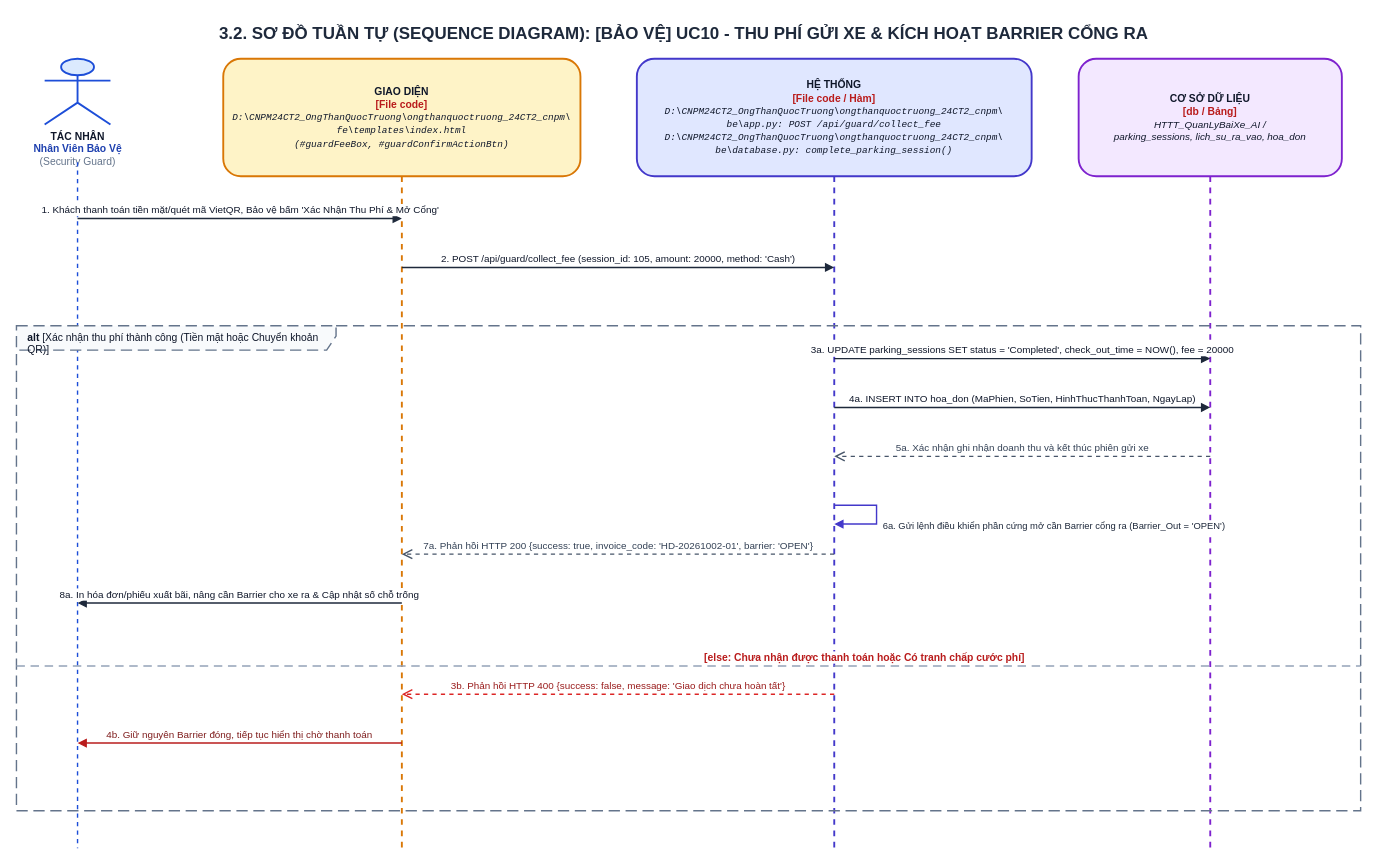
The draw.io diagram ongthanquoctruong_24CT2_cnpm/docs/drawio/uc10_guard_collect_fee_barrier.drawio in Truong027/CNPM24, before the edit. Source tidied: cells renumbered, new cells numbered last; positions are measured from the earlier drawing's top-left corner, leaving out a move shared by most shapes. Both pictures are drawn from the tidied source at 94%, with x=0, y=0 at pixel (16, 16).
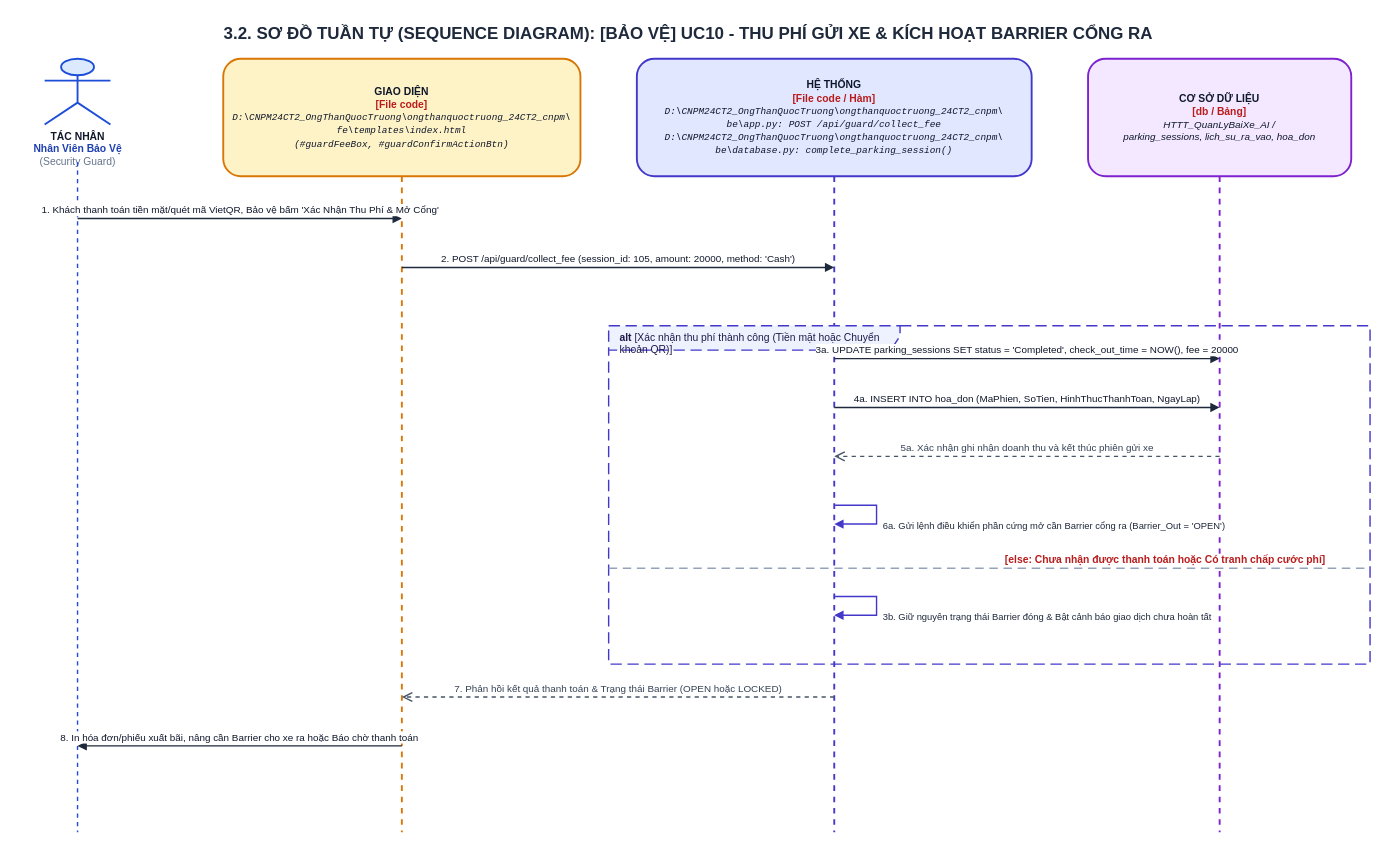
The same diagram, later.

What changed in the source:
```diff
@@
     <mxCell id="2" value="&lt;b&gt;3.2. SƠ ĐỒ TUẦN TỰ (SEQUENCE DIAGRAM): [BẢO VỆ] UC10 - THU PHÍ GỬI XE &amp; KÍCH HOẠT BARRIER CỔNG RA&lt;/b&gt;" style="text;html=1;strokeColor=none;fillColor=none;align=center;verticalAlign=middle;whiteSpace=wrap;rounded=0;fontSize=18;fontColor=#1E293B;fontStyle=1;" parent="1" vertex="1">
-      <mxGeometry width="1420" height="35" as="geometry" />
+      <mxGeometry width="1430" height="35" as="geometry" />
     </mxCell>
@@
     <mxCell id="4" style="endArrow=none;dashed=1;html=1;strokeWidth=1.5;strokeColor=#1D4ED8;" parent="1" edge="1">
       <mxGeometry relative="1" as="geometry">
         <mxPoint x="65" y="155" as="sourcePoint" />
-        <mxPoint x="65" y="885" as="targetPoint" />
+        <mxPoint x="65" y="868" as="targetPoint" />
       </mxGeometry>
     </mxCell>
     <mxCell id="5" value="&lt;b&gt;GIAO DIỆN&lt;/b&gt;&lt;br/&gt;&lt;font color='#B91C1C'&gt;&lt;b&gt;[File code]&lt;/b&gt;&lt;/font&gt;&lt;br/&gt;&lt;font style='font-size: 10px; font-family: Consolas, monospace;'&gt;&lt;i&gt;D:\CNPM24CT2_OngThanQuocTruong\ongthanquoctruong_24CT2_cnpm\&lt;br/&gt;fe\templates\index.html&lt;br/&gt;(#guardFeeBox, #guardConfirmActionBtn)&lt;/i&gt;&lt;/font&gt;" style="shape=umlLifeline;perimeter=lifelinePerimeter;whiteSpace=wrap;html=1;size=125;fillColor=#FEF3C7;strokeColor=#D97706;strokeWidth=2;fontColor=#0F172A;rounded=1;shadow=0;fontSize=11;align=center;" parent="1" vertex="1">
-      <mxGeometry x="220" y="45" width="380" height="840" as="geometry" />
+      <mxGeometry x="220" y="45" width="380" height="823" as="geometry" />
     </mxCell>
     <mxCell id="6" value="&lt;b&gt;HỆ THỐNG&lt;/b&gt;&lt;br/&gt;&lt;font color='#B91C1C'&gt;&lt;b&gt;[File code / Hàm]&lt;/b&gt;&lt;/font&gt;&lt;br/&gt;&lt;font style='font-size: 10px; font-family: Consolas, monospace;'&gt;&lt;i&gt;D:\CNPM24CT2_OngThanQuocTruong\ongthanquoctruong_24CT2_cnpm\&lt;br/&gt;be\app.py: POST /api/guard/collect_fee&lt;br/&gt;D:\CNPM24CT2_OngThanQuocTruong\ongthanquoctruong_24CT2_cnpm\&lt;br/&gt;be\database.py: complete_parking_session()&lt;/i&gt;&lt;/font&gt;" style="shape=umlLifeline;perimeter=lifelinePerimeter;whiteSpace=wrap;html=1;size=125;fillColor=#E0E7FF;strokeColor=#4338CA;strokeWidth=2;fontColor=#0F172A;rounded=1;shadow=0;fontSize=11;align=center;" parent="1" vertex="1">
-      <mxGeometry x="660" y="45" width="420" height="840" as="geometry" />
+      <mxGeometry x="660" y="45" width="420" height="823" as="geometry" />
     </mxCell>
     <mxCell id="7" value="&lt;b&gt;CƠ SỞ DỮ LIỆU&lt;/b&gt;&lt;br/&gt;&lt;font color='#B91C1C'&gt;&lt;b&gt;[db / Bảng]&lt;/b&gt;&lt;/font&gt;&lt;br/&gt;&lt;font style='font-size: 10.5px;'&gt;&lt;i&gt;HTTT_QuanLyBaiXe_AI /&lt;br/&gt;parking_sessions, lich_su_ra_vao, hoa_don&lt;/i&gt;&lt;/font&gt;" style="shape=umlLifeline;perimeter=lifelinePerimeter;whiteSpace=wrap;html=1;size=125;fillColor=#F3E8FF;strokeColor=#7E22CE;strokeWidth=2;fontColor=#0F172A;rounded=1;shadow=0;fontSize=11;align=center;" parent="1" vertex="1">
-      <mxGeometry x="1130" y="45" width="280" height="840" as="geometry" />
+      <mxGeometry x="1140" y="45" width="280" height="823" as="geometry" />
     </mxCell>
@@
-    <mxCell id="10" value="&lt;b&gt;alt&lt;/b&gt; [Xác nhận thu phí thành công (Tiền mặt hoặc Chuyển khoản QR)]" style="shape=umlFrame;whiteSpace=wrap;html=1;width=340;height=26;dashed=1;dashPattern=8 4;strokeColor=#64748B;fillColor=#F8FAFC;strokeWidth=1.5;align=left;spacingLeft=10;verticalAlign=top;fontStyle=0;fontSize=11;fontColor=#0F172A;" parent="1" vertex="1">
-      <mxGeometry y="329" width="1430" height="516" as="geometry" />
+    <mxCell id="10" value="&lt;b&gt;alt&lt;/b&gt; [Xác nhận thu phí thành công (Tiền mặt hoặc Chuyển khoản QR)]" style="shape=umlFrame;whiteSpace=wrap;html=1;width=310;height=26;dashed=1;dashPattern=8 4;strokeColor=#4338CA;fillColor=#EEF2FF;strokeWidth=1.5;align=left;spacingLeft=10;verticalAlign=top;fontStyle=0;fontSize=11;fontColor=#1E1B4B;" parent="1" vertex="1">
+      <mxGeometry x="630" y="329" width="810" height="360" as="geometry" />
     </mxCell>
     <mxCell id="11" value="3a. UPDATE parking_sessions SET status = 'Completed', check_out_time = NOW(), fee = 20000" style="html=1;verticalAlign=bottom;endArrow=block;rounded=0;strokeColor=#1E293B;strokeWidth=1.5;fontColor=#0F172A;fontSize=10.5;" parent="1" edge="1">
       <mxGeometry relative="1" as="geometry">
         <mxPoint x="870" y="364" as="sourcePoint" />
-        <mxPoint x="1270" y="364" as="targetPoint" />
+        <mxPoint x="1280" y="364" as="targetPoint" />
       </mxGeometry>
     </mxCell>
     <mxCell id="12" value="4a. INSERT INTO hoa_don (MaPhien, SoTien, HinhThucThanhToan, NgayLap)" style="html=1;verticalAlign=bottom;endArrow=block;rounded=0;strokeColor=#1E293B;strokeWidth=1.5;fontColor=#0F172A;fontSize=10.5;" parent="1" edge="1">
       <mxGeometry relative="1" as="geometry">
         <mxPoint x="870" y="416" as="sourcePoint" />
-        <mxPoint x="1270" y="416" as="targetPoint" />
+        <mxPoint x="1280" y="416" as="targetPoint" />
       </mxGeometry>
     </mxCell>
     <mxCell id="13" value="5a. Xác nhận ghi nhận doanh thu và kết thúc phiên gửi xe" style="html=1;verticalAlign=bottom;endArrow=open;dashed=1;endSize=8;rounded=0;strokeColor=#475569;strokeWidth=1.5;fontColor=#334155;fontSize=10.5;" parent="1" edge="1">
       <mxGeometry relative="1" as="geometry">
-        <mxPoint x="1270" y="468" as="sourcePoint" />
+        <mxPoint x="1280" y="468" as="sourcePoint" />
         <mxPoint x="870" y="468" as="targetPoint" />
       </mxGeometry>
     </mxCell>
@@
-    <mxCell id="15" value="7a. Phản hồi HTTP 200 {success: true, invoice_code: 'HD-20261002-01', barrier: 'OPEN'}" style="html=1;verticalAlign=bottom;endArrow=open;dashed=1;endSize=8;rounded=0;strokeColor=#475569;strokeWidth=1.5;fontColor=#334155;fontSize=10.5;" parent="1" edge="1">
-      <mxGeometry relative="1" as="geometry">
-        <mxPoint x="870" y="572" as="sourcePoint" />
-        <mxPoint x="410" y="572" as="targetPoint" />
-      </mxGeometry>
-    </mxCell>
-    <mxCell id="16" value="8a. In hóa đơn/phiếu xuất bãi, nâng cần Barrier cho xe ra &amp; Cập nhật số chỗ trống" style="html=1;verticalAlign=bottom;endArrow=block;rounded=0;strokeColor=#1E293B;strokeWidth=1.5;fontColor=#0F172A;fontSize=10.5;" parent="1" edge="1">
-      <mxGeometry relative="1" as="geometry">
-        <mxPoint x="410" y="624" as="sourcePoint" />
-        <mxPoint x="65" y="624" as="targetPoint" />
-      </mxGeometry>
-    </mxCell>
     <mxCell id="17" value="&lt;b&gt;[else: Chưa nhận được thanh toán hoặc Có tranh chấp cước phí]&lt;/b&gt;" style="html=1;strokeWidth=1.5;strokeColor=#94A3B8;dashed=1;dashPattern=6 4;endArrow=none;align=left;verticalAlign=bottom;spacingLeft=15;fontColor=#B91C1C;fontSize=11;fontStyle=0;" parent="1" edge="1">
       <mxGeometry relative="1" as="geometry">
-        <mxPoint y="691" as="sourcePoint" />
-        <mxPoint x="1430" y="691" as="targetPoint" />
+        <mxPoint x="630" y="587" as="sourcePoint" />
+        <mxPoint x="1440" y="587" as="targetPoint" />
       </mxGeometry>
     </mxCell>
-    <mxCell id="18" value="3b. Phản hồi HTTP 400 {success: false, message: 'Giao dịch chưa hoàn tất'}" style="html=1;verticalAlign=bottom;endArrow=open;dashed=1;endSize=8;rounded=0;strokeColor=#DC2626;strokeWidth=1.5;fontColor=#991B1B;fontSize=10.5;" parent="1" edge="1">
+    <mxCell id="18" value="3b. Giữ nguyên trạng thái Barrier đóng &amp; Bật cảnh báo giao dịch chưa hoàn tất" style="html=1;align=left;spacingLeft=5;verticalAlign=top;endArrow=block;rounded=0;edgeStyle=orthogonalEdgeStyle;curved=0;strokeColor=#4338CA;strokeWidth=1.5;fontColor=#1E293B;fontSize=10;" parent="1" edge="1">
       <mxGeometry relative="1" as="geometry">
-        <mxPoint x="870" y="721" as="sourcePoint" />
-        <mxPoint x="410" y="721" as="targetPoint" />
+        <mxPoint x="870" y="617" as="sourcePoint" />
+        <mxPoint x="870" y="637" as="targetPoint" />
+        <Array as="points">
+          <mxPoint x="915" y="617" />
+          <mxPoint x="915" y="637" />
+        </Array>
       </mxGeometry>
     </mxCell>
-    <mxCell id="19" value="4b. Giữ nguyên Barrier đóng, tiếp tục hiển thị chờ thanh toán" style="html=1;verticalAlign=bottom;endArrow=block;rounded=0;strokeColor=#B91C1C;strokeWidth=1.5;fontColor=#7F1D1D;fontSize=10.5;" parent="1" edge="1">
-      <mxGeometry relative="1" as="geometry">
-        <mxPoint x="410" y="773" as="sourcePoint" />
-        <mxPoint x="65" y="773" as="targetPoint" />
-      </mxGeometry>
-    </mxCell>
+    <mxCell id="20" value="7. Phản hồi kết quả thanh toán &amp; Trạng thái Barrier (OPEN hoặc LOCKED)" style="html=1;verticalAlign=bottom;endArrow=open;dashed=1;endSize=8;rounded=0;strokeColor=#475569;strokeWidth=1.5;fontColor=#334155;fontSize=10.5;" parent="1" edge="1">
+      <mxGeometry relative="1" as="geometry">
+        <mxPoint x="870" y="724" as="sourcePoint" />
+        <mxPoint x="410" y="724" as="targetPoint" />
+      </mxGeometry>
+    </mxCell>
+    <mxCell id="21" value="8. In hóa đơn/phiếu xuất bãi, nâng cần Barrier cho xe ra hoặc Báo chờ thanh toán" style="html=1;verticalAlign=bottom;endArrow=block;rounded=0;strokeColor=#1E293B;strokeWidth=1.5;fontColor=#0F172A;fontSize=10.5;" parent="1" edge="1">
+      <mxGeometry relative="1" as="geometry">
+        <mxPoint x="410" y="776" as="sourcePoint" />
+        <mxPoint x="65" y="776" as="targetPoint" />
+      </mxGeometry>
+    </mxCell>
```
